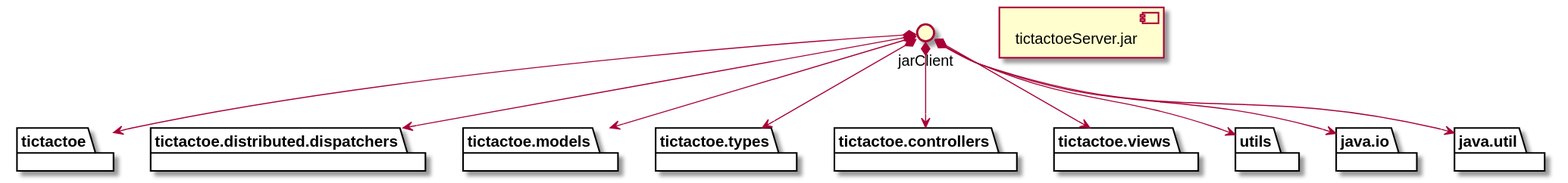
Above: docs/build/docs/asciidoc/images/diagramaImplementacionServer.svg in x-USantaTecla-game-ticTacToe/java (PlantUML), before the change. Source of this version:
```plantuml
@startuml

package "  "  as tictactoe {
}
package "  "  as tictactoe.distributed.dispatchers {
}
package "  "  as tictactoe.models {
}
package "  "  as tictactoe.types {
}
package "  "  as tictactoe.controllers {
}
package "  "  as tictactoe.views {
}
package "  "  as utils {
}
package "  "  as java.io {
}
package "  "  as java.util {
}

[tictactoeServer.jar] as jarServer

jarClient *--> tictactoe
jarClient *--> tictactoe.distributed.dispatchers
jarClient *--> tictactoe.models
jarClient *--> tictactoe.types
jarClient *--> tictactoe.controllers
jarClient *--> tictactoe.views
jarClient *--> utils
jarClient *--> java.io
jarClient *--> java.util
@enduml
```
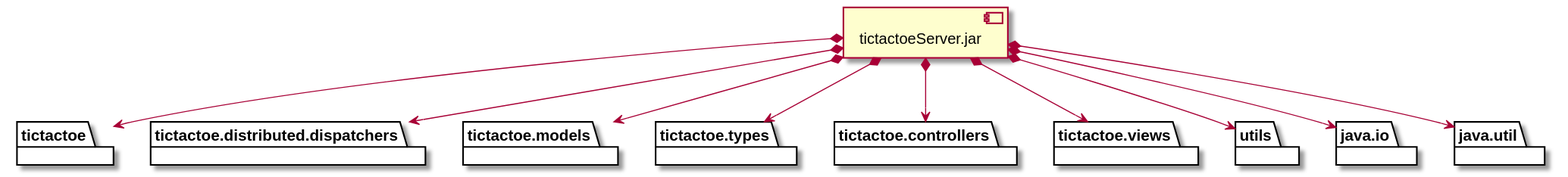
Later version of the same file.

What changed in the source:
```diff
@@ -21,13 +21,13 @@
 
 [tictactoeServer.jar] as jarServer
 
-jarClient *--> tictactoe
-jarClient *--> tictactoe.distributed.dispatchers
-jarClient *--> tictactoe.models
-jarClient *--> tictactoe.types
-jarClient *--> tictactoe.controllers
-jarClient *--> tictactoe.views
-jarClient *--> utils
-jarClient *--> java.io
-jarClient *--> java.util
+jarServer *--> tictactoe
+jarServer *--> tictactoe.distributed.dispatchers
+jarServer *--> tictactoe.models
+jarServer *--> tictactoe.types
+jarServer *--> tictactoe.controllers
+jarServer *--> tictactoe.views
+jarServer *--> utils
+jarServer *--> java.io
+jarServer *--> java.util
 @enduml
```
